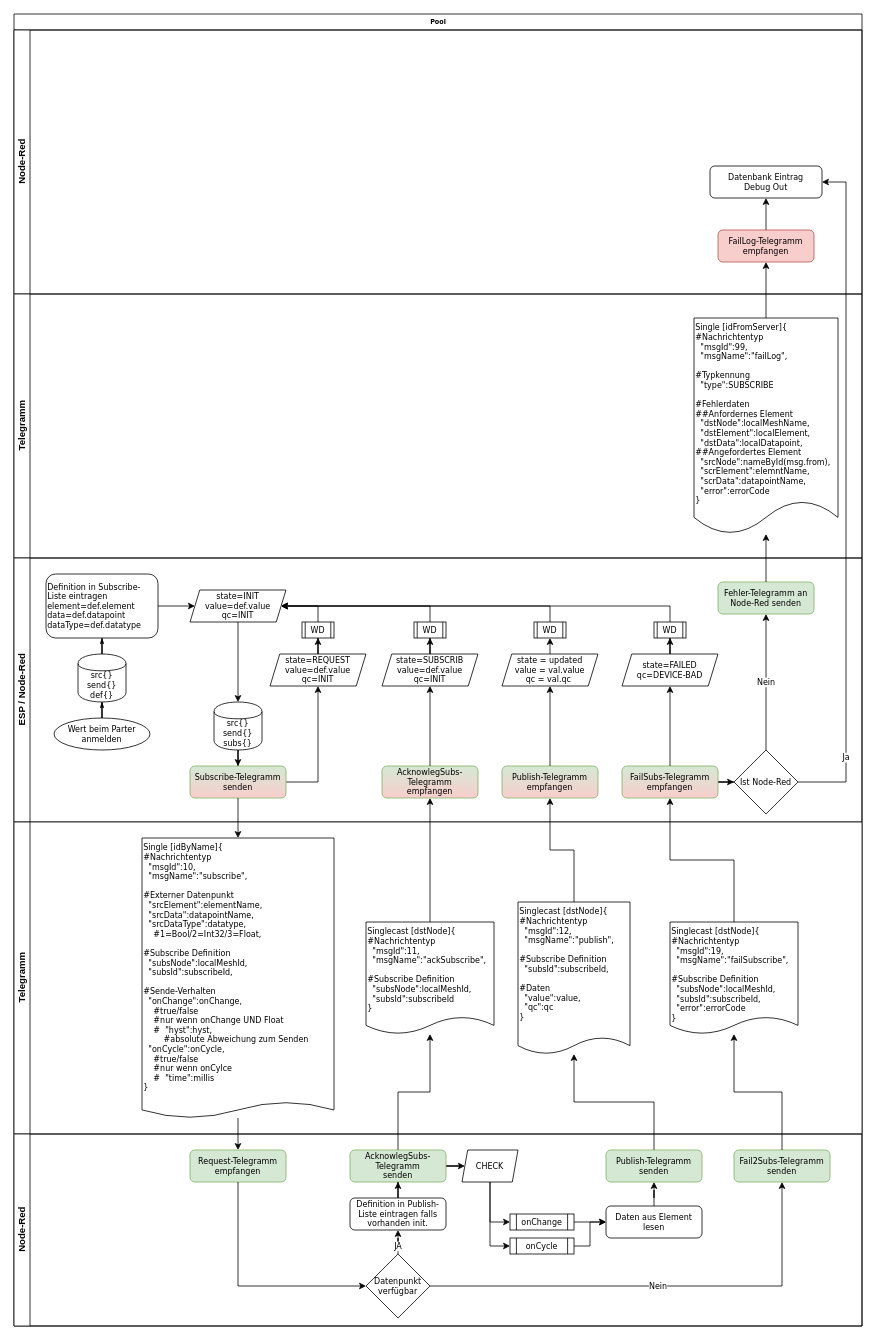
This is page "Subscribe [1x]" (1 of 8) of Dokumente/IOT-Telegramme.drawio from IchOK/JCA_IOT, a draw.io file, before an edit. Source tidied: cells renumbered, new cells numbered last; positions are measured from the earlier drawing's top-left corner, leaving out a move shared by most shapes. Both pictures are drawn from the tidied source at 80%, with x=0, y=0 at pixel (14, 14).
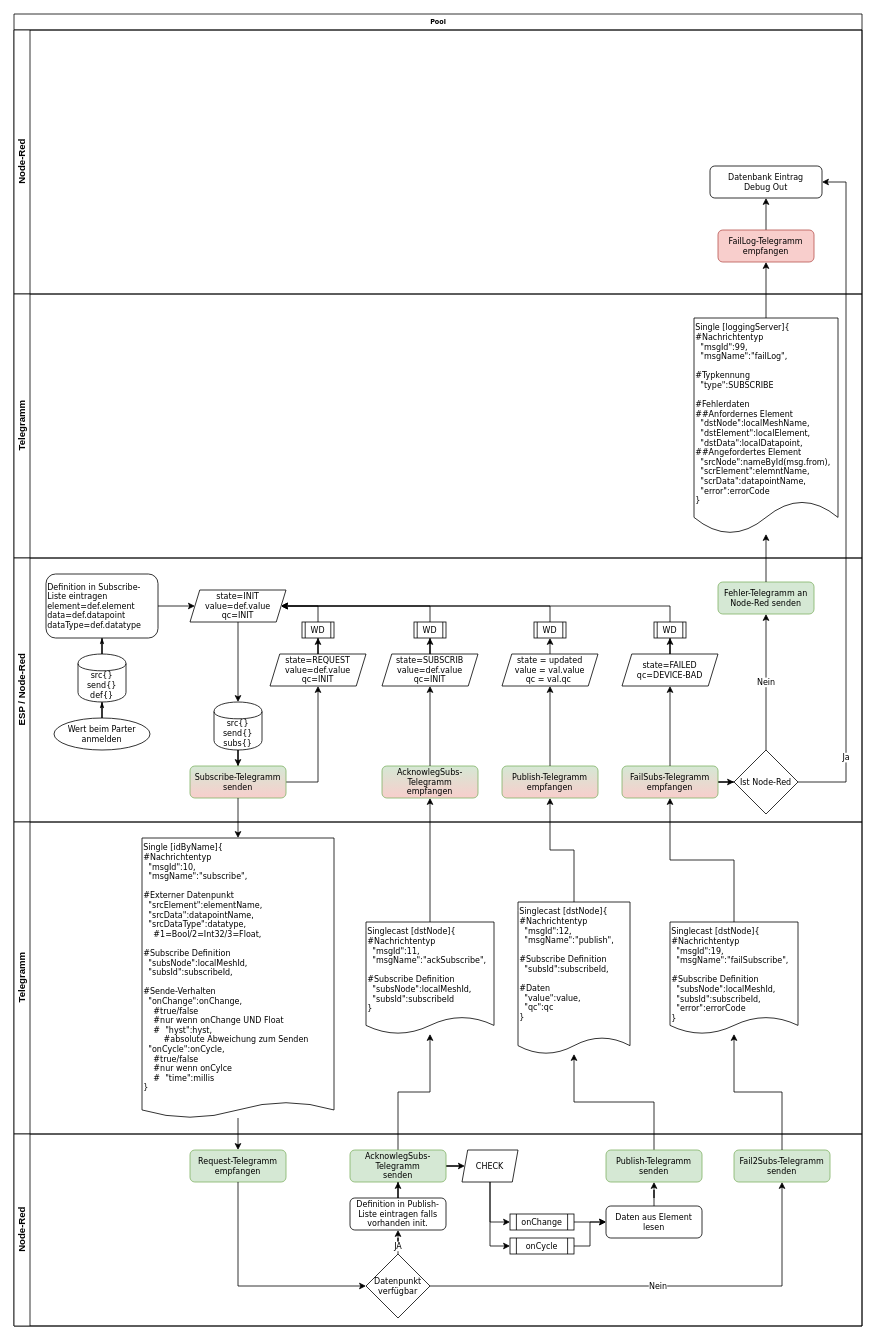
Above is the later version.

The change refers to these unchanged cells:
```xml
<mxCell id="2" value="Pool" style="swimlane;html=1;horizontal=1;startSize=20;rounded=0;shadow=0;labelBackgroundColor=none;strokeWidth=1;fontFamily=Verdana;fontSize=8;align=center;" parent="1" vertex="1">
  <mxGeometry width="1060" height="1640" as="geometry" />
</mxCell>
<mxCell id="7" value="Telegramm" style="swimlane;html=1;startSize=20;horizontal=0;" parent="2" vertex="1">
  <mxGeometry y="350" width="1060" height="330" as="geometry" />
</mxCell>
```

The edit, as a diff of the source:
```diff
@@
-    <mxCell id="8" value="Single [idFromServer]{&lt;br&gt;#Nachrichtentyp&lt;br&gt;&amp;nbsp; &quot;msgId&quot;:99,&lt;br&gt;&amp;nbsp; &quot;msgName&quot;:&quot;failLog&quot;,&lt;br&gt;&lt;br&gt;#Typkennung&lt;br&gt;&amp;nbsp; &quot;type&quot;:SUBSCRIBE&lt;br&gt;&lt;br&gt;#Fehlerdaten&lt;br&gt;##Anfordernes Element&lt;br&gt;&amp;nbsp; &quot;dstNode&quot;:localMeshName,&lt;br&gt;&amp;nbsp; &quot;dstElement&quot;:localElement,&lt;br&gt;&amp;nbsp; &quot;dstData&quot;:localDatapoint,&lt;br&gt;##Angefordertes Element&lt;br&gt;&amp;nbsp; &quot;srcNode&quot;:nameById(msg.from),&lt;br&gt;&amp;nbsp; &quot;scrElement&quot;:elemntName,&lt;br&gt;&amp;nbsp; &quot;scrData&quot;:datapointName,&lt;br&gt;&amp;nbsp; &quot;error&quot;:errorCode&lt;br&gt;}&lt;span&gt;&lt;br&gt;&lt;/span&gt;" style="shape=document;whiteSpace=wrap;html=1;boundedLbl=1;fontFamily=Verdana;fontSize=10;align=left;verticalAlign=top;size=0.15374128899606734;" parent="7" vertex="1">
+    <mxCell id="8" value="Single [loggingServer]{&lt;br&gt;#Nachrichtentyp&lt;br&gt;&amp;nbsp; &quot;msgId&quot;:99,&lt;br&gt;&amp;nbsp; &quot;msgName&quot;:&quot;failLog&quot;,&lt;br&gt;&lt;br&gt;#Typkennung&lt;br&gt;&amp;nbsp; &quot;type&quot;:SUBSCRIBE&lt;br&gt;&lt;br&gt;#Fehlerdaten&lt;br&gt;##Anfordernes Element&lt;br&gt;&amp;nbsp; &quot;dstNode&quot;:localMeshName,&lt;br&gt;&amp;nbsp; &quot;dstElement&quot;:localElement,&lt;br&gt;&amp;nbsp; &quot;dstData&quot;:localDatapoint,&lt;br&gt;##Angefordertes Element&lt;br&gt;&amp;nbsp; &quot;srcNode&quot;:nameById(msg.from),&lt;br&gt;&amp;nbsp; &quot;scrElement&quot;:elemntName,&lt;br&gt;&amp;nbsp; &quot;scrData&quot;:datapointName,&lt;br&gt;&amp;nbsp; &quot;error&quot;:errorCode&lt;br&gt;}&lt;span&gt;&lt;br&gt;&lt;/span&gt;" style="shape=document;whiteSpace=wrap;html=1;boundedLbl=1;fontFamily=Verdana;fontSize=10;align=left;verticalAlign=top;size=0.15374128899606734;" parent="7" vertex="1">
       <mxGeometry x="850" y="30" width="180" height="270" as="geometry" />
     </mxCell>
@@
-    <mxCell id="48" value="Telegramm" style="swimlane;html=1;startSize=20;horizontal=0;swimlaneFillColor=#ffffff;" parent="2" vertex="1">
+    <mxCell id="48" value="Telegramm" style="swimlane;html=1;startSize=20;horizontal=0;swimlaneFillColor=none;" parent="2" vertex="1">
       <mxGeometry y="1010" width="1060" height="390" as="geometry" />
     </mxCell>
```
